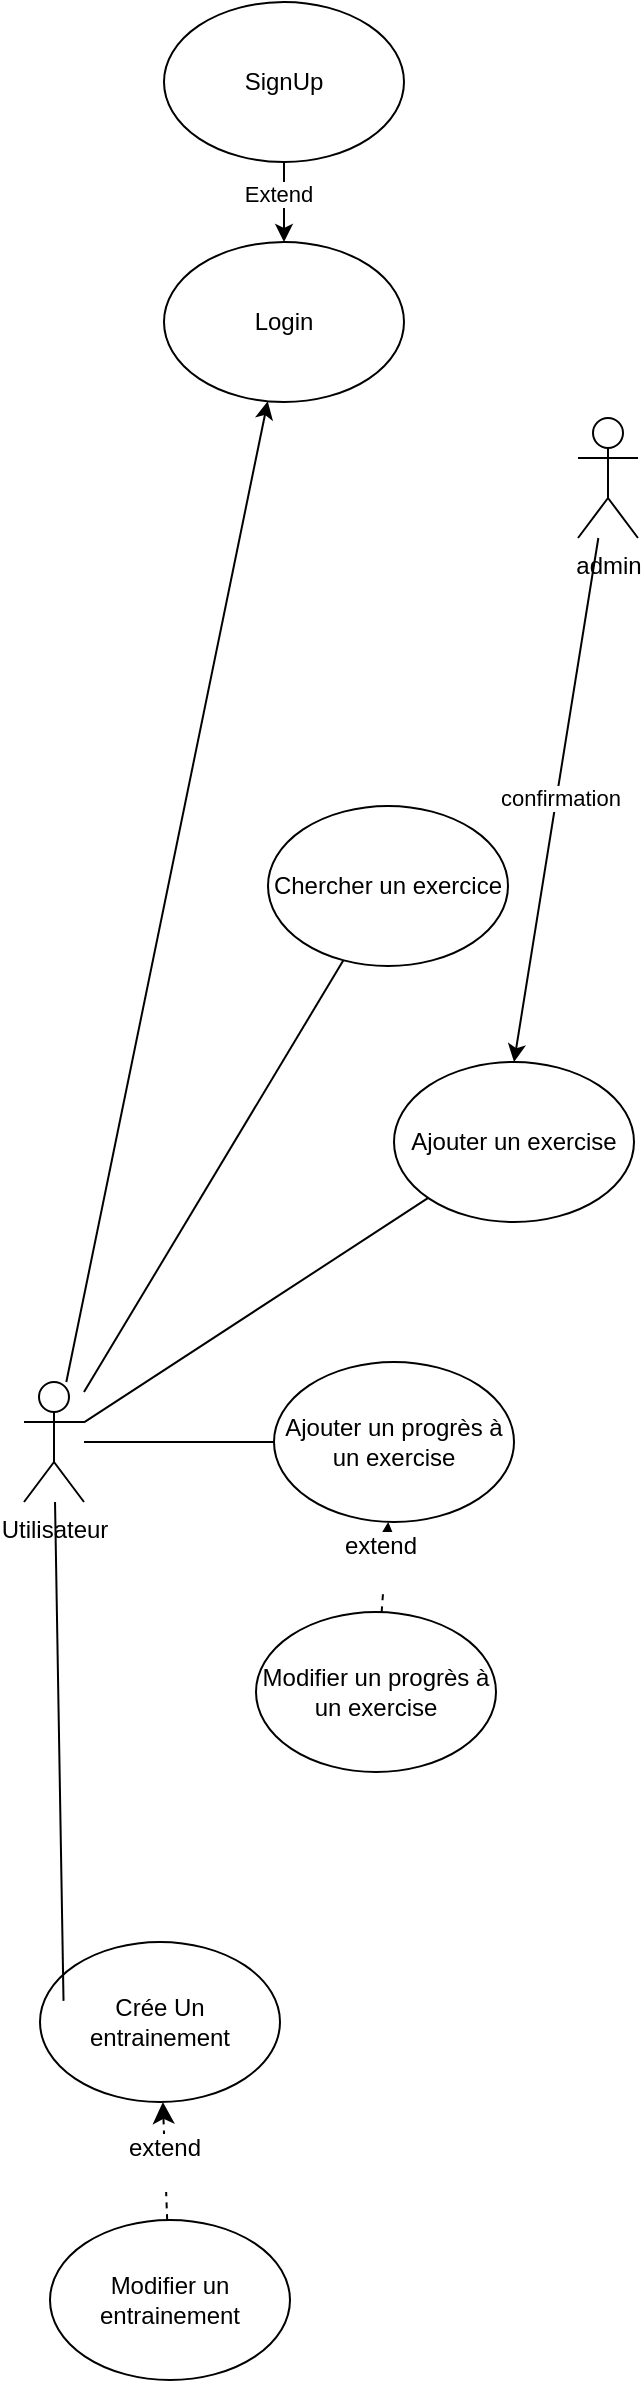
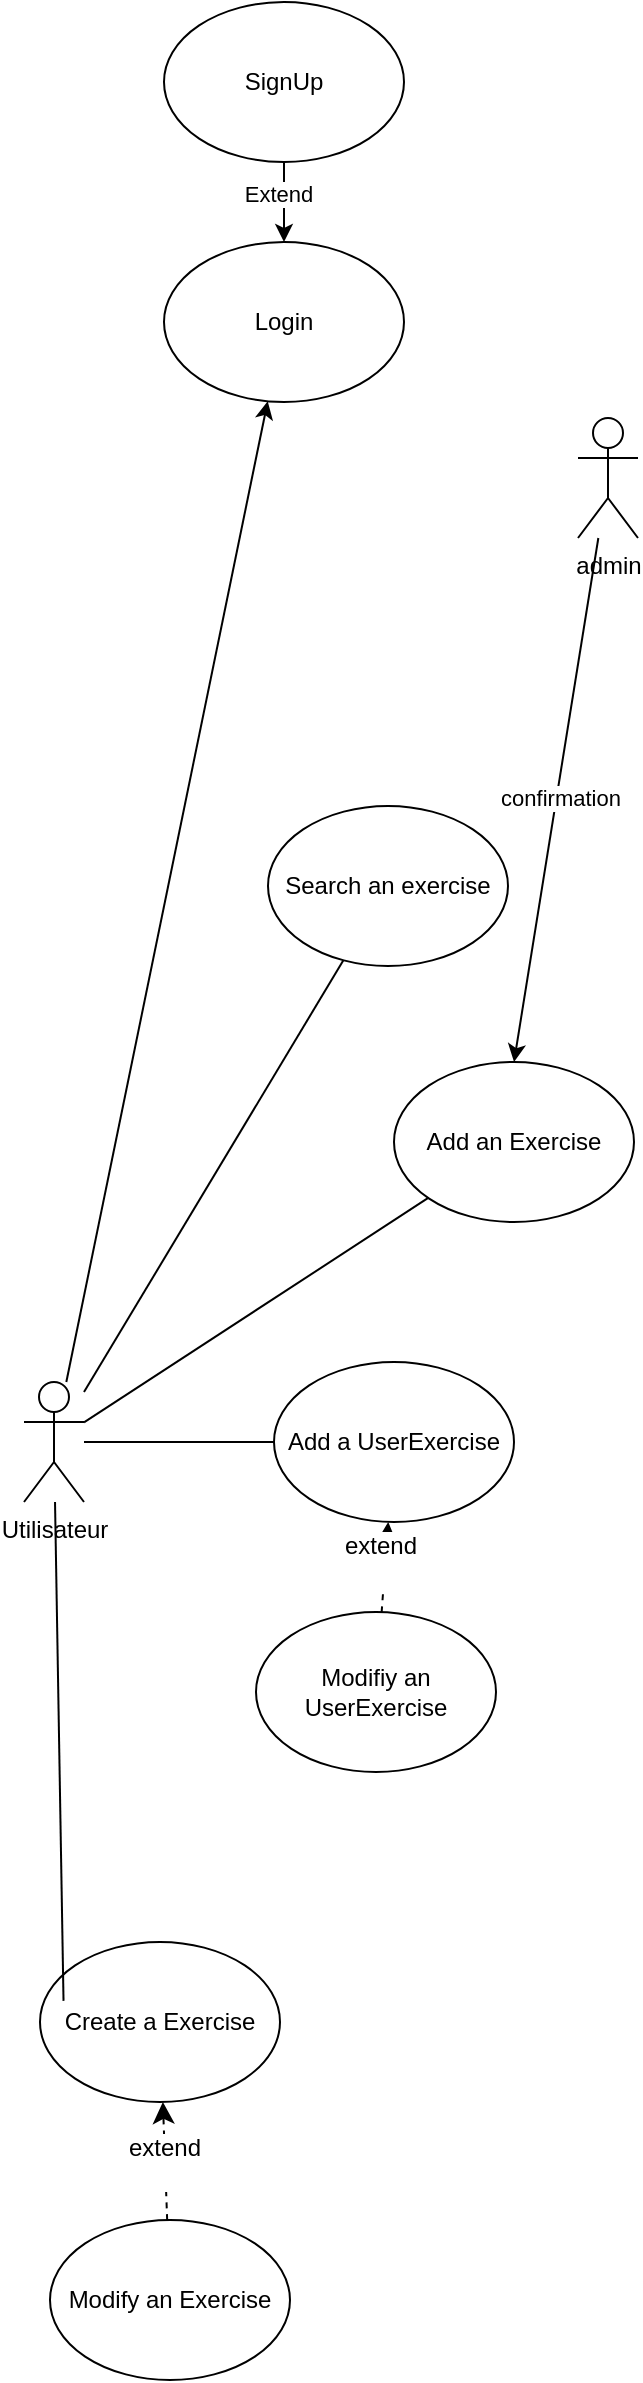
<mxfile host="65bd71144e">
    <diagram name="Page-1" id="ljEeJKmlIFnI2xItSWlp">
-         <mxGraphModel dx="1019" dy="1067" grid="0" gridSize="10" guides="1" tooltips="1" connect="1" arrows="1" fold="1" page="0" pageScale="1" pageWidth="850" pageHeight="1100" background="#ffffff" math="0" shadow="0">
+         <mxGraphModel dx="1069" dy="1428" grid="0" gridSize="10" guides="1" tooltips="1" connect="1" arrows="1" fold="1" page="0" pageScale="1" pageWidth="850" pageHeight="1100" background="#ffffff" math="0" shadow="0">
            <root>
                <mxCell id="0"/>
                <mxCell id="1" parent="0"/>
                <mxCell id="Yq4sLEL1raDiaqig-aLr-12" style="edgeStyle=none;curved=1;rounded=0;orthogonalLoop=1;jettySize=auto;html=1;fontSize=12;startSize=8;endSize=8;endArrow=none;endFill=0;" parent="1" source="Yq4sLEL1raDiaqig-aLr-1" target="Yq4sLEL1raDiaqig-aLr-11" edge="1">
                    <mxGeometry relative="1" as="geometry"/>
                </mxCell>
                <mxCell id="Yq4sLEL1raDiaqig-aLr-21" style="edgeStyle=none;curved=1;rounded=0;orthogonalLoop=1;jettySize=auto;html=1;fontSize=12;startSize=8;endSize=8;endArrow=none;endFill=0;" parent="1" source="Yq4sLEL1raDiaqig-aLr-1" target="Yq4sLEL1raDiaqig-aLr-20" edge="1">
                    <mxGeometry relative="1" as="geometry"/>
                </mxCell>
                <mxCell id="Yq4sLEL1raDiaqig-aLr-30" style="edgeStyle=none;curved=1;rounded=0;orthogonalLoop=1;jettySize=auto;html=1;fontSize=12;startSize=8;endSize=8;endArrow=none;endFill=0;" parent="1" source="Yq4sLEL1raDiaqig-aLr-1" target="Yq4sLEL1raDiaqig-aLr-31" edge="1">
                    <mxGeometry relative="1" as="geometry">
                        <mxPoint x="20" y="123" as="targetPoint"/>
                    </mxGeometry>
                </mxCell>
                <mxCell id="5" style="edgeStyle=none;html=1;endArrow=classic;endFill=1;" parent="1" source="Yq4sLEL1raDiaqig-aLr-1" target="6" edge="1">
                    <mxGeometry relative="1" as="geometry">
                        <mxPoint x="-51" y="-239" as="targetPoint"/>
                    </mxGeometry>
                </mxCell>
                <mxCell id="Yq4sLEL1raDiaqig-aLr-1" value="&lt;div&gt;Utilisateur&lt;/div&gt;" style="shape=umlActor;verticalLabelPosition=bottom;verticalAlign=top;html=1;outlineConnect=0;" parent="1" vertex="1">
                    <mxGeometry x="-151" y="200" width="30" height="60" as="geometry"/>
                </mxCell>
-                 <mxCell id="Yq4sLEL1raDiaqig-aLr-8" value="Crée Un entrainement" style="ellipse;whiteSpace=wrap;html=1;" parent="1" vertex="1">
+                 <mxCell id="Yq4sLEL1raDiaqig-aLr-8" value="Create a Exercise" style="ellipse;whiteSpace=wrap;html=1;" parent="1" vertex="1">
                    <mxGeometry x="-143" y="480" width="120" height="80" as="geometry"/>
                </mxCell>
                <mxCell id="Yq4sLEL1raDiaqig-aLr-9" style="edgeStyle=none;curved=1;rounded=0;orthogonalLoop=1;jettySize=auto;html=1;entryX=0.098;entryY=0.368;entryDx=0;entryDy=0;entryPerimeter=0;fontSize=12;startSize=8;endSize=8;endArrow=none;endFill=0;" parent="1" source="Yq4sLEL1raDiaqig-aLr-1" target="Yq4sLEL1raDiaqig-aLr-8" edge="1">
                    <mxGeometry relative="1" as="geometry"/>
                </mxCell>
-                 <mxCell id="Yq4sLEL1raDiaqig-aLr-11" value="Chercher un exercice" style="ellipse;whiteSpace=wrap;html=1;" parent="1" vertex="1">
+                 <mxCell id="Yq4sLEL1raDiaqig-aLr-11" value="Search an exercise" style="ellipse;whiteSpace=wrap;html=1;" parent="1" vertex="1">
                    <mxGeometry x="-29" y="-88" width="120" height="80" as="geometry"/>
                </mxCell>
-                 <mxCell id="Yq4sLEL1raDiaqig-aLr-20" value="Ajouter un progrès à un exercise" style="ellipse;whiteSpace=wrap;html=1;" parent="1" vertex="1">
+                 <mxCell id="Yq4sLEL1raDiaqig-aLr-20" value="Add a UserExercise" style="ellipse;whiteSpace=wrap;html=1;" parent="1" vertex="1">
                    <mxGeometry x="-26" y="190" width="120" height="80" as="geometry"/>
                </mxCell>
                <mxCell id="Yq4sLEL1raDiaqig-aLr-25" style="edgeStyle=none;curved=1;rounded=0;orthogonalLoop=1;jettySize=auto;html=1;fontSize=12;startSize=8;endSize=8;dashed=1;" parent="1" source="Yq4sLEL1raDiaqig-aLr-24" target="Yq4sLEL1raDiaqig-aLr-20" edge="1">
                    <mxGeometry relative="1" as="geometry"/>
                </mxCell>
                <mxCell id="Yq4sLEL1raDiaqig-aLr-26" value="extend&lt;div&gt;&lt;br&gt;&lt;/div&gt;" style="edgeLabel;html=1;align=center;verticalAlign=middle;resizable=0;points=[];fontSize=12;" parent="Yq4sLEL1raDiaqig-aLr-25" connectable="0" vertex="1">
                    <mxGeometry x="0.1627" y="3" relative="1" as="geometry">
                        <mxPoint as="offset"/>
                    </mxGeometry>
                </mxCell>
-                 <mxCell id="Yq4sLEL1raDiaqig-aLr-24" value="Modifier un progrès à un exercise" style="ellipse;whiteSpace=wrap;html=1;" parent="1" vertex="1">
+                 <mxCell id="Yq4sLEL1raDiaqig-aLr-24" value="Modifiy an UserExercise" style="ellipse;whiteSpace=wrap;html=1;" parent="1" vertex="1">
                    <mxGeometry x="-35" y="315" width="120" height="80" as="geometry"/>
                </mxCell>
                <mxCell id="Yq4sLEL1raDiaqig-aLr-29" style="edgeStyle=none;curved=1;rounded=0;orthogonalLoop=1;jettySize=auto;html=1;fontSize=12;startSize=8;endSize=8;dashed=1;" parent="1" source="Yq4sLEL1raDiaqig-aLr-28" target="Yq4sLEL1raDiaqig-aLr-8" edge="1">
                    <mxGeometry relative="1" as="geometry"/>
                </mxCell>
                <mxCell id="Yq4sLEL1raDiaqig-aLr-33" value="extend&lt;div&gt;&lt;br&gt;&lt;/div&gt;" style="edgeLabel;html=1;align=center;verticalAlign=middle;resizable=0;points=[];fontSize=12;" parent="Yq4sLEL1raDiaqig-aLr-29" connectable="0" vertex="1">
                    <mxGeometry x="-0.0149" y="1" relative="1" as="geometry">
                        <mxPoint as="offset"/>
                    </mxGeometry>
                </mxCell>
-                 <mxCell id="Yq4sLEL1raDiaqig-aLr-28" value="Modifier un entrainement" style="ellipse;whiteSpace=wrap;html=1;" parent="1" vertex="1">
+                 <mxCell id="Yq4sLEL1raDiaqig-aLr-28" value="Modify an Exercise" style="ellipse;whiteSpace=wrap;html=1;" parent="1" vertex="1">
                    <mxGeometry x="-138" y="619" width="120" height="80" as="geometry"/>
                </mxCell>
-                 <mxCell id="Yq4sLEL1raDiaqig-aLr-31" value="Ajouter un exercise" style="ellipse;whiteSpace=wrap;html=1;" parent="1" vertex="1">
+                 <mxCell id="Yq4sLEL1raDiaqig-aLr-31" value="Add an Exercise" style="ellipse;whiteSpace=wrap;html=1;" parent="1" vertex="1">
                    <mxGeometry x="34" y="40" width="120" height="80" as="geometry"/>
                </mxCell>
                <mxCell id="3" style="edgeStyle=none;html=1;entryX=0.5;entryY=0;entryDx=0;entryDy=0;" parent="1" source="2" target="Yq4sLEL1raDiaqig-aLr-31" edge="1">
                    <mxGeometry relative="1" as="geometry"/>
                </mxCell>
                <mxCell id="4" value="confirmation" style="edgeLabel;html=1;align=center;verticalAlign=middle;resizable=0;points=[];" parent="3" vertex="1" connectable="0">
                    <mxGeometry x="-0.0071" y="1" relative="1" as="geometry">
                        <mxPoint as="offset"/>
                    </mxGeometry>
                </mxCell>
                <mxCell id="2" value="&lt;div&gt;admin&lt;/div&gt;&lt;div&gt;&lt;br&gt;&lt;/div&gt;" style="shape=umlActor;verticalLabelPosition=bottom;verticalAlign=top;html=1;outlineConnect=0;" parent="1" vertex="1">
                    <mxGeometry x="126" y="-282" width="30" height="60" as="geometry"/>
                </mxCell>
                <mxCell id="6" value="Login" style="ellipse;whiteSpace=wrap;html=1;" parent="1" vertex="1">
                    <mxGeometry x="-81" y="-370" width="120" height="80" as="geometry"/>
                </mxCell>
-                 <mxCell id="8" style="edgeStyle=none;html=1;" edge="1" parent="1" source="7" target="6">
+                 <mxCell id="8" style="edgeStyle=none;html=1;" parent="1" source="7" target="6" edge="1">
                    <mxGeometry relative="1" as="geometry"/>
                </mxCell>
-                 <mxCell id="9" value="Extend" style="edgeLabel;html=1;align=center;verticalAlign=middle;resizable=0;points=[];" vertex="1" connectable="0" parent="8">
+                 <mxCell id="9" value="Extend" style="edgeLabel;html=1;align=center;verticalAlign=middle;resizable=0;points=[];" parent="8" vertex="1" connectable="0">
                    <mxGeometry x="-0.1929" y="-3" relative="1" as="geometry">
                        <mxPoint as="offset"/>
                    </mxGeometry>
                </mxCell>
                <mxCell id="7" value="SignUp" style="ellipse;whiteSpace=wrap;html=1;" parent="1" vertex="1">
                    <mxGeometry x="-81" y="-490" width="120" height="80" as="geometry"/>
                </mxCell>
            </root>
        </mxGraphModel>
    </diagram>
</mxfile>